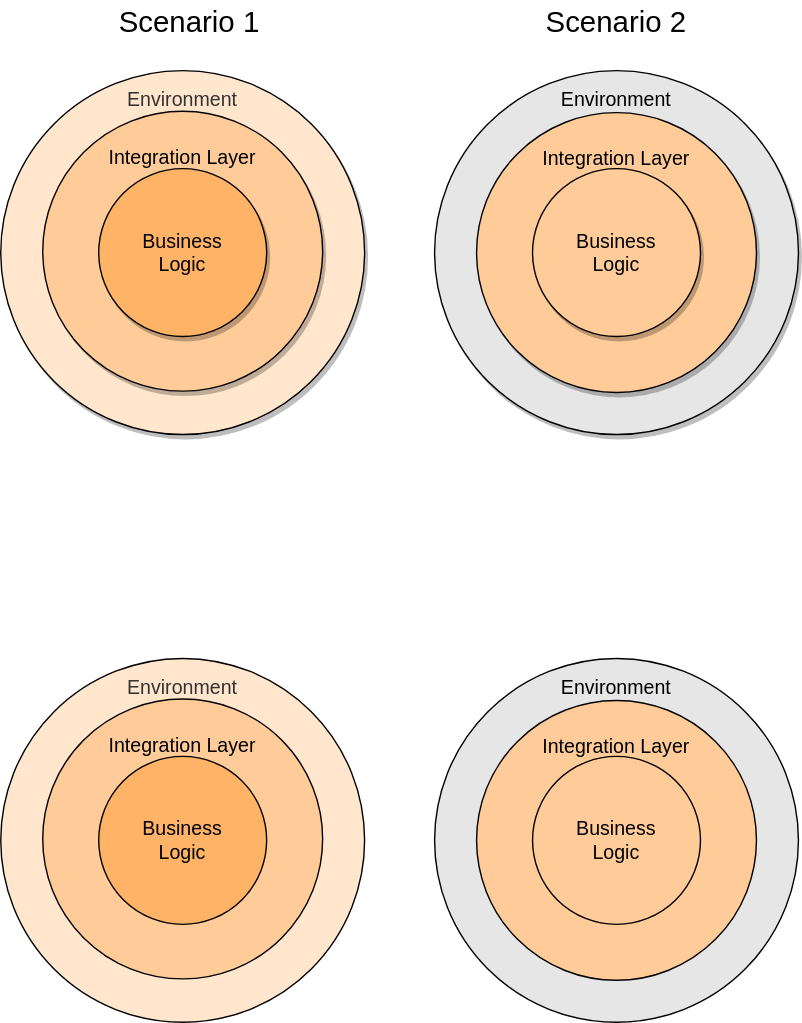
Earlier version of the draw.io export article_02/Untitled Diagram-Scen1+2.drawio.svg (StefanSchade/blog-operational-requirements-diagrams). Source tidied: cells renumbered, new cells last; positions are measured from the earlier drawing's top-left corner, leaving out a move shared by most shapes.
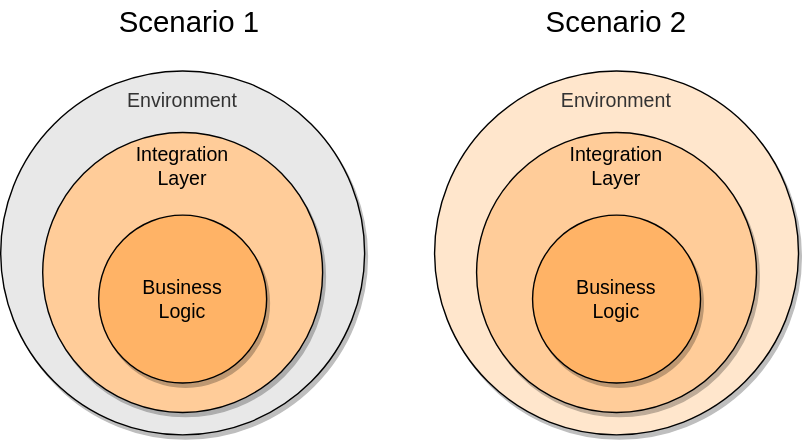
The same diagram one commit later.

Change to the diagram source:
```diff
@@ -2,47 +2,29 @@
   <root>
     <mxCell id="0" />
     <mxCell id="1" parent="0" />
-    <mxCell id="2" value="Environment&lt;br style=&quot;font-size: 14px&quot;&gt;&lt;br style=&quot;font-size: 14px&quot;&gt;&lt;br style=&quot;font-size: 14px&quot;&gt;&lt;br style=&quot;font-size: 14px&quot;&gt;&lt;br style=&quot;font-size: 14px&quot;&gt;&lt;br style=&quot;font-size: 14px&quot;&gt;&lt;br style=&quot;font-size: 14px&quot;&gt;&lt;br style=&quot;font-size: 14px&quot;&gt;&lt;br style=&quot;font-size: 14px&quot;&gt;&lt;br style=&quot;font-size: 14px&quot;&gt;&lt;br style=&quot;font-size: 14px&quot;&gt;&lt;br style=&quot;font-size: 14px&quot;&gt;&lt;br style=&quot;font-size: 14px&quot;&gt;&lt;br style=&quot;font-size: 14px&quot;&gt;" style="ellipse;whiteSpace=wrap;html=1;shadow=1;fillColor=#FFE6CC;strokeColor=#000000;fontColor=#333333;fontSize=14;" parent="1" vertex="1">
+    <mxCell id="2" value="Environment&lt;br style=&quot;font-size: 14px&quot;&gt;&lt;br style=&quot;font-size: 14px&quot;&gt;&lt;br style=&quot;font-size: 14px&quot;&gt;&lt;br style=&quot;font-size: 14px&quot;&gt;&lt;br style=&quot;font-size: 14px&quot;&gt;&lt;br style=&quot;font-size: 14px&quot;&gt;&lt;br style=&quot;font-size: 14px&quot;&gt;&lt;br style=&quot;font-size: 14px&quot;&gt;&lt;br style=&quot;font-size: 14px&quot;&gt;&lt;br style=&quot;font-size: 14px&quot;&gt;&lt;br style=&quot;font-size: 14px&quot;&gt;&lt;br style=&quot;font-size: 14px&quot;&gt;&lt;br style=&quot;font-size: 14px&quot;&gt;&lt;br style=&quot;font-size: 14px&quot;&gt;" style="ellipse;whiteSpace=wrap;html=1;shadow=1;fillColor=#E8E8E8;strokeColor=#000000;fontColor=#333333;fontSize=14;" parent="1" vertex="1">
       <mxGeometry y="50" width="260" height="260" as="geometry" />
     </mxCell>
-    <mxCell id="3" value="Integration Layer&lt;br style=&quot;font-size: 14px&quot;&gt;&lt;br style=&quot;font-size: 14px&quot;&gt;&lt;br style=&quot;font-size: 14px&quot;&gt;&lt;br style=&quot;font-size: 14px&quot;&gt;&lt;br style=&quot;font-size: 14px&quot;&gt;&lt;br style=&quot;font-size: 14px&quot;&gt;&lt;br style=&quot;font-size: 14px&quot;&gt;&lt;div style=&quot;font-size: 14px&quot;&gt;&lt;br style=&quot;font-size: 14px&quot;&gt;&lt;/div&gt;&lt;div style=&quot;font-size: 14px&quot;&gt;&lt;br&gt;&lt;/div&gt;" style="ellipse;whiteSpace=wrap;html=1;shadow=1;fillColor=#FFCC99;strokeColor=#000000;align=center;fontSize=14;" parent="1" vertex="1">
-      <mxGeometry x="30" y="79" width="200" height="200" as="geometry" />
+    <mxCell id="3" value="&lt;div&gt;Integration&lt;/div&gt;&lt;div&gt;Layer&lt;/div&gt;&lt;div&gt;&lt;br&gt;&lt;/div&gt;&lt;br style=&quot;font-size: 14px&quot;&gt;&lt;br style=&quot;font-size: 14px&quot;&gt;&lt;br style=&quot;font-size: 14px&quot;&gt;&lt;br style=&quot;font-size: 14px&quot;&gt;&lt;br style=&quot;font-size: 14px&quot;&gt;&lt;br style=&quot;font-size: 14px&quot;&gt;&lt;div style=&quot;font-size: 14px&quot;&gt;&lt;br style=&quot;font-size: 14px&quot;&gt;&lt;/div&gt;&lt;div style=&quot;font-size: 14px&quot;&gt;&lt;br&gt;&lt;/div&gt;" style="ellipse;whiteSpace=wrap;html=1;shadow=1;fillColor=#FFCC99;strokeColor=#000000;align=center;fontSize=14;" parent="1" vertex="1">
+      <mxGeometry x="30" y="94" width="200" height="200" as="geometry" />
     </mxCell>
     <mxCell id="4" value="Business&lt;br style=&quot;font-size: 14px;&quot;&gt;Logic" style="ellipse;whiteSpace=wrap;html=1;fillColor=#FFB366;strokeColor=#000000;direction=south;fontSize=14;shadow=1;" parent="1" vertex="1">
-      <mxGeometry x="70" y="120" width="120" height="120" as="geometry" />
+      <mxGeometry x="70" y="153" width="120" height="120" as="geometry" />
     </mxCell>
-    <mxCell id="5" value="Environment&lt;br style=&quot;font-size: 14px&quot;&gt;&lt;br style=&quot;font-size: 14px&quot;&gt;&lt;br style=&quot;font-size: 14px&quot;&gt;&lt;br style=&quot;font-size: 14px&quot;&gt;&lt;br style=&quot;font-size: 14px&quot;&gt;&lt;br style=&quot;font-size: 14px&quot;&gt;&lt;br style=&quot;font-size: 14px&quot;&gt;&lt;br style=&quot;font-size: 14px&quot;&gt;&lt;br style=&quot;font-size: 14px&quot;&gt;&lt;br style=&quot;font-size: 14px&quot;&gt;&lt;br style=&quot;font-size: 14px&quot;&gt;&lt;br style=&quot;font-size: 14px&quot;&gt;&lt;br style=&quot;font-size: 14px&quot;&gt;&lt;br style=&quot;font-size: 14px&quot;&gt;" style="ellipse;whiteSpace=wrap;html=1;shadow=1;fillColor=#E6E6E6;strokeColor=#000000;gradientColor=none;fontSize=14;" parent="1" vertex="1">
-      <mxGeometry x="310" y="50" width="260" height="260" as="geometry" />
-    </mxCell>
-    <mxCell id="6" value="Integration Layer&lt;br style=&quot;font-size: 14px&quot;&gt;&lt;br style=&quot;font-size: 14px&quot;&gt;&lt;br style=&quot;font-size: 14px&quot;&gt;&lt;br style=&quot;font-size: 14px&quot;&gt;&lt;br style=&quot;font-size: 14px&quot;&gt;&lt;br style=&quot;font-size: 14px&quot;&gt;&lt;br style=&quot;font-size: 14px&quot;&gt;&lt;div style=&quot;font-size: 14px&quot;&gt;&lt;br style=&quot;font-size: 14px&quot;&gt;&lt;/div&gt;&lt;div style=&quot;font-size: 14px&quot;&gt;&lt;br style=&quot;font-size: 14px&quot;&gt;&lt;/div&gt;" style="ellipse;whiteSpace=wrap;html=1;shadow=1;fillColor=#FFCC99;strokeColor=#000000;align=center;horizontal=1;fontSize=14;" parent="1" vertex="1">
-      <mxGeometry x="340" y="80" width="200" height="200" as="geometry" />
-    </mxCell>
-    <mxCell id="7" value="Business&lt;br style=&quot;font-size: 14px;&quot;&gt;Logic&lt;br style=&quot;font-size: 14px;&quot;&gt;" style="ellipse;whiteSpace=wrap;html=1;fillColor=#FFCC99;strokeColor=#000000;direction=south;fontSize=14;shadow=1;" parent="1" vertex="1">
-      <mxGeometry x="380" y="120" width="120" height="120" as="geometry" />
-    </mxCell>
     <mxCell id="8" value="Scenario 1" style="rounded=0;whiteSpace=wrap;html=1;fillColor=none;strokeColor=none;fontSize=21;" parent="1" vertex="1">
       <mxGeometry x="80" width="110" height="30" as="geometry" />
     </mxCell>
     <mxCell id="9" value="Scenario 2" style="rounded=0;whiteSpace=wrap;html=1;fillColor=none;strokeColor=none;fontSize=21;" parent="1" vertex="1">
       <mxGeometry x="385" width="110" height="30" as="geometry" />
     </mxCell>
-    <mxCell id="10" value="Environment&lt;br style=&quot;font-size: 14px&quot;&gt;&lt;br style=&quot;font-size: 14px&quot;&gt;&lt;br style=&quot;font-size: 14px&quot;&gt;&lt;br style=&quot;font-size: 14px&quot;&gt;&lt;br style=&quot;font-size: 14px&quot;&gt;&lt;br style=&quot;font-size: 14px&quot;&gt;&lt;br style=&quot;font-size: 14px&quot;&gt;&lt;br style=&quot;font-size: 14px&quot;&gt;&lt;br style=&quot;font-size: 14px&quot;&gt;&lt;br style=&quot;font-size: 14px&quot;&gt;&lt;br style=&quot;font-size: 14px&quot;&gt;&lt;br style=&quot;font-size: 14px&quot;&gt;&lt;br style=&quot;font-size: 14px&quot;&gt;&lt;br style=&quot;font-size: 14px&quot;&gt;" style="ellipse;whiteSpace=wrap;html=1;shadow=0;fillColor=#FFE6CC;strokeColor=#000000;fontColor=#333333;fontSize=14;" parent="1" vertex="1">
-      <mxGeometry y="470" width="260" height="260" as="geometry" />
-    </mxCell>
-    <mxCell id="11" value="Integration Layer&lt;br style=&quot;font-size: 14px&quot;&gt;&lt;br style=&quot;font-size: 14px&quot;&gt;&lt;br style=&quot;font-size: 14px&quot;&gt;&lt;br style=&quot;font-size: 14px&quot;&gt;&lt;br style=&quot;font-size: 14px&quot;&gt;&lt;br style=&quot;font-size: 14px&quot;&gt;&lt;br style=&quot;font-size: 14px&quot;&gt;&lt;div style=&quot;font-size: 14px&quot;&gt;&lt;br style=&quot;font-size: 14px&quot;&gt;&lt;/div&gt;&lt;div style=&quot;font-size: 14px&quot;&gt;&lt;br&gt;&lt;/div&gt;" style="ellipse;whiteSpace=wrap;html=1;shadow=0;fillColor=#FFCC99;strokeColor=#000000;align=center;fontSize=14;" parent="1" vertex="1">
-      <mxGeometry x="30" y="499" width="200" height="200" as="geometry" />
-    </mxCell>
-    <mxCell id="12" value="Business&lt;br style=&quot;font-size: 14px;&quot;&gt;Logic" style="ellipse;whiteSpace=wrap;html=1;fillColor=#FFB366;strokeColor=#000000;direction=south;fontSize=14;" parent="1" vertex="1">
-      <mxGeometry x="70" y="540" width="120" height="120" as="geometry" />
-    </mxCell>
-    <mxCell id="13" value="Environment&lt;br style=&quot;font-size: 14px&quot;&gt;&lt;br style=&quot;font-size: 14px&quot;&gt;&lt;br style=&quot;font-size: 14px&quot;&gt;&lt;br style=&quot;font-size: 14px&quot;&gt;&lt;br style=&quot;font-size: 14px&quot;&gt;&lt;br style=&quot;font-size: 14px&quot;&gt;&lt;br style=&quot;font-size: 14px&quot;&gt;&lt;br style=&quot;font-size: 14px&quot;&gt;&lt;br style=&quot;font-size: 14px&quot;&gt;&lt;br style=&quot;font-size: 14px&quot;&gt;&lt;br style=&quot;font-size: 14px&quot;&gt;&lt;br style=&quot;font-size: 14px&quot;&gt;&lt;br style=&quot;font-size: 14px&quot;&gt;&lt;br style=&quot;font-size: 14px&quot;&gt;" style="ellipse;whiteSpace=wrap;html=1;shadow=0;fillColor=#E6E6E6;strokeColor=#000000;gradientColor=none;fontSize=14;" parent="1" vertex="1">
-      <mxGeometry x="310" y="470" width="260" height="260" as="geometry" />
-    </mxCell>
-    <mxCell id="14" value="Integration Layer&lt;br style=&quot;font-size: 14px&quot;&gt;&lt;br style=&quot;font-size: 14px&quot;&gt;&lt;br style=&quot;font-size: 14px&quot;&gt;&lt;br style=&quot;font-size: 14px&quot;&gt;&lt;br style=&quot;font-size: 14px&quot;&gt;&lt;br style=&quot;font-size: 14px&quot;&gt;&lt;br style=&quot;font-size: 14px&quot;&gt;&lt;div style=&quot;font-size: 14px&quot;&gt;&lt;br style=&quot;font-size: 14px&quot;&gt;&lt;/div&gt;&lt;div style=&quot;font-size: 14px&quot;&gt;&lt;br style=&quot;font-size: 14px&quot;&gt;&lt;/div&gt;" style="ellipse;whiteSpace=wrap;html=1;shadow=0;fillColor=#FFCC99;strokeColor=#000000;align=center;horizontal=1;fontSize=14;" parent="1" vertex="1">
-      <mxGeometry x="340" y="500" width="200" height="200" as="geometry" />
-    </mxCell>
-    <mxCell id="15" value="Business&lt;br style=&quot;font-size: 14px;&quot;&gt;Logic&lt;br style=&quot;font-size: 14px;&quot;&gt;" style="ellipse;whiteSpace=wrap;html=1;fillColor=#FFCC99;strokeColor=#000000;direction=south;fontSize=14;" parent="1" vertex="1">
-      <mxGeometry x="380" y="540" width="120" height="120" as="geometry" />
-    </mxCell>
+    <mxCell id="16" value="Environment&lt;br style=&quot;font-size: 14px&quot;&gt;&lt;br style=&quot;font-size: 14px&quot;&gt;&lt;br style=&quot;font-size: 14px&quot;&gt;&lt;br style=&quot;font-size: 14px&quot;&gt;&lt;br style=&quot;font-size: 14px&quot;&gt;&lt;br style=&quot;font-size: 14px&quot;&gt;&lt;br style=&quot;font-size: 14px&quot;&gt;&lt;br style=&quot;font-size: 14px&quot;&gt;&lt;br style=&quot;font-size: 14px&quot;&gt;&lt;br style=&quot;font-size: 14px&quot;&gt;&lt;br style=&quot;font-size: 14px&quot;&gt;&lt;br style=&quot;font-size: 14px&quot;&gt;&lt;br style=&quot;font-size: 14px&quot;&gt;&lt;br style=&quot;font-size: 14px&quot;&gt;" style="ellipse;whiteSpace=wrap;html=1;shadow=1;fillColor=#FFE6CC;strokeColor=#000000;fontColor=#333333;fontSize=14;" parent="1" vertex="1">
+      <mxGeometry x="310" y="50" width="260" height="260" as="geometry" />
+    </mxCell>
+    <mxCell id="17" value="&lt;div&gt;Integration&lt;/div&gt;&lt;div&gt;Layer&lt;/div&gt;&lt;div&gt;&lt;br&gt;&lt;/div&gt;&lt;br style=&quot;font-size: 14px&quot;&gt;&lt;br style=&quot;font-size: 14px&quot;&gt;&lt;br style=&quot;font-size: 14px&quot;&gt;&lt;br style=&quot;font-size: 14px&quot;&gt;&lt;br style=&quot;font-size: 14px&quot;&gt;&lt;br style=&quot;font-size: 14px&quot;&gt;&lt;div style=&quot;font-size: 14px&quot;&gt;&lt;br style=&quot;font-size: 14px&quot;&gt;&lt;/div&gt;&lt;div style=&quot;font-size: 14px&quot;&gt;&lt;br&gt;&lt;/div&gt;" style="ellipse;whiteSpace=wrap;html=1;shadow=1;fillColor=#FFCC99;strokeColor=#000000;align=center;fontSize=14;" parent="1" vertex="1">
+      <mxGeometry x="340" y="94" width="200" height="200" as="geometry" />
+    </mxCell>
+    <mxCell id="18" value="Business&lt;br style=&quot;font-size: 14px;&quot;&gt;Logic" style="ellipse;whiteSpace=wrap;html=1;fillColor=#FFB366;strokeColor=#000000;direction=south;fontSize=14;shadow=1;" parent="1" vertex="1">
+      <mxGeometry x="380" y="153" width="120" height="120" as="geometry" />
+    </mxCell>
   </root>
 </mxGraphModel>
```
